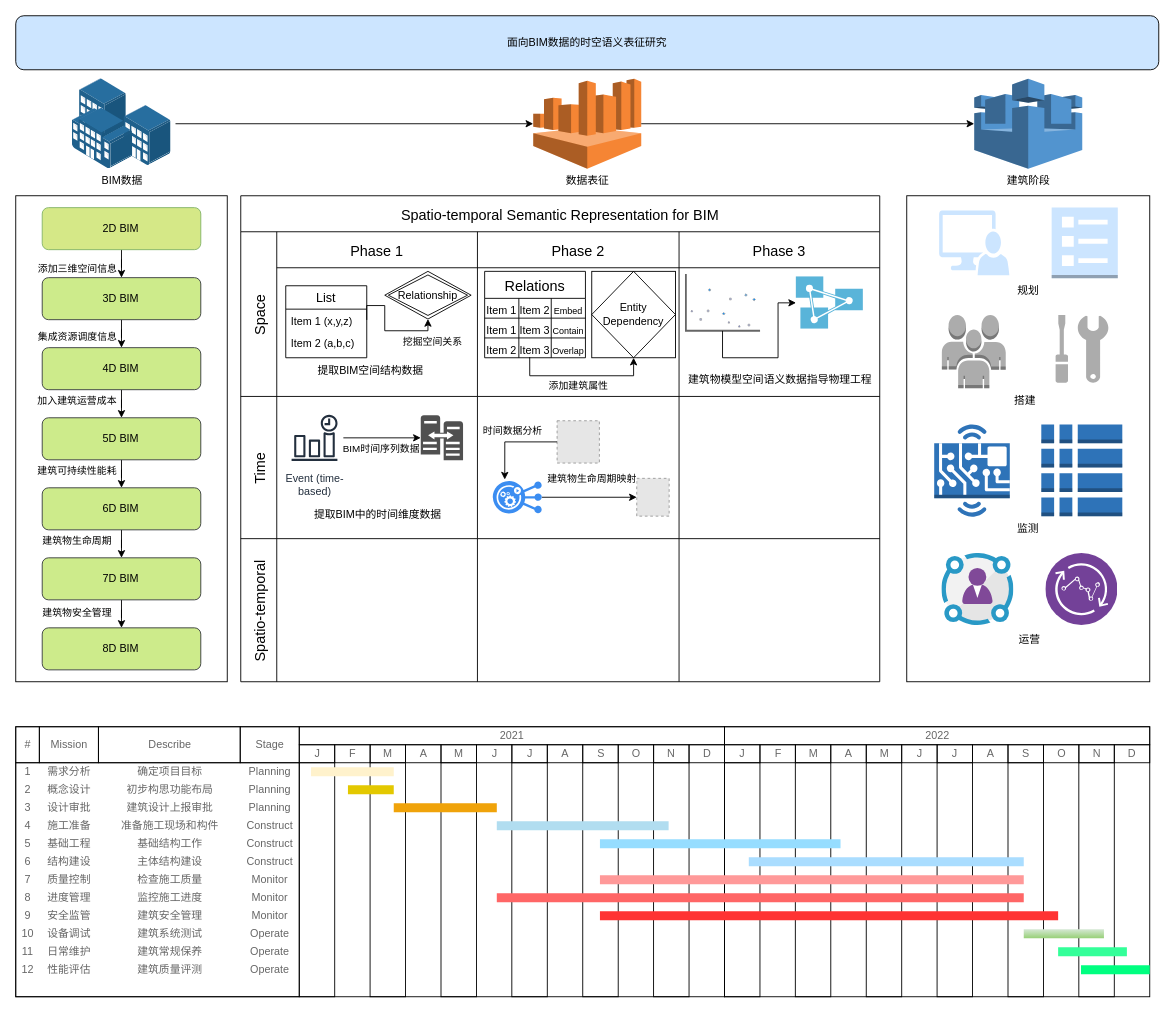
Before: 未命名绘图.drawio in Student-WangZhengTao/LLM, a draw.io diagram. Source tidied: cells renumbered, new cells numbered last; positions are measured from the earlier drawing's top-left corner, leaving out a move shared by most shapes. Both pictures are drawn from the tidied source at 90%, with x=0, y=0 at pixel (15, 15). Pictures stored in the file or linked from it are replaced by grey dashed boxes.
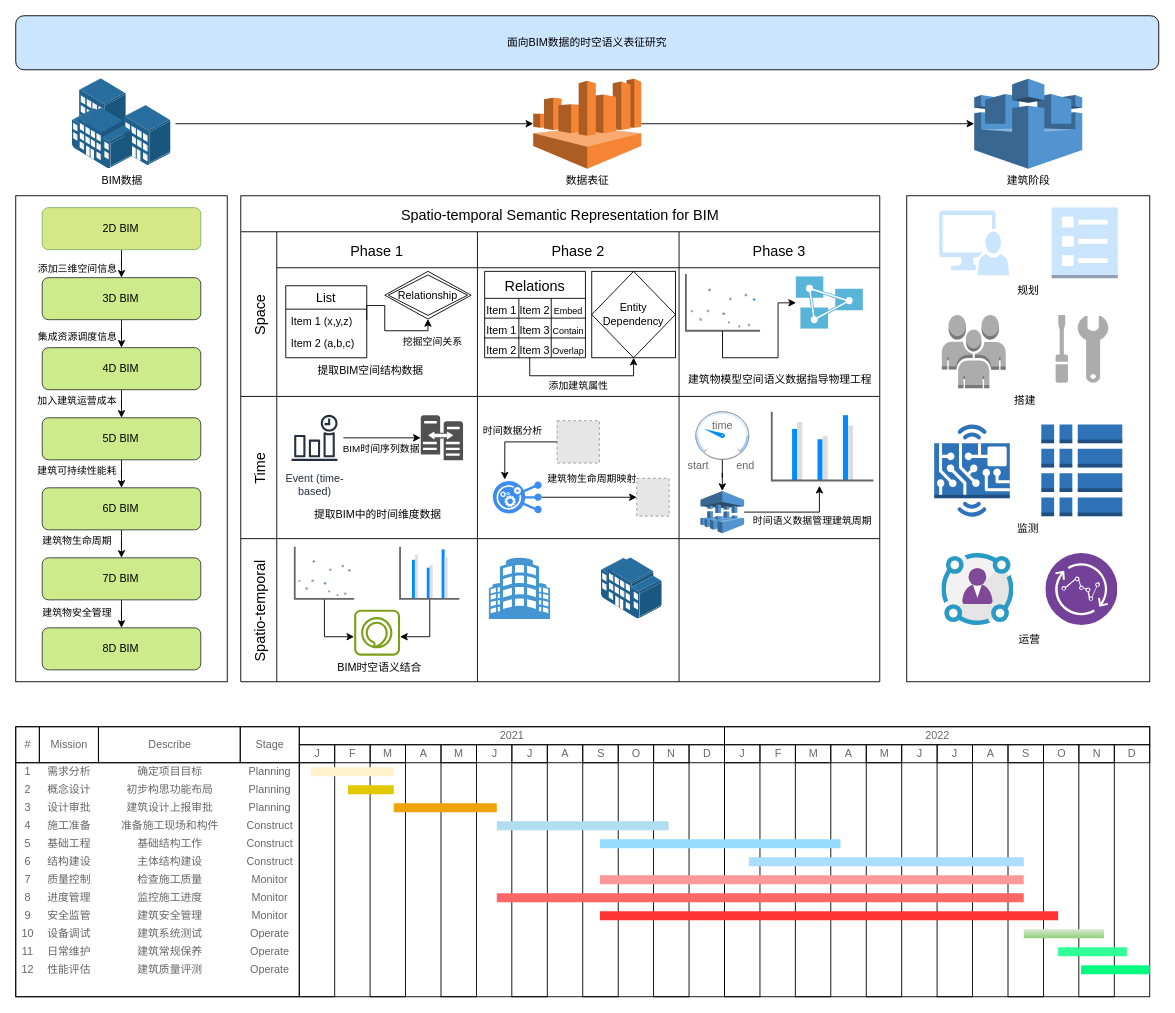
The same diagram, later.

Commit message (it also covers changes not shown here):
更新未命名绘图.drawio

Unchanged cells that the change refers to:
```xml
<mxCell id="54" style="swimlane;swimlaneHead=0;swimlaneBody=0;fontStyle=0;strokeColor=inherit;fillColor=none;startSize=0;fontSize=16;" parent="39" vertex="1">
  <mxGeometry x="487" width="223" height="158" as="geometry" />
</mxCell>
<mxCell id="56" style="swimlane;swimlaneHead=0;swimlaneBody=0;fontStyle=0;strokeColor=inherit;fillColor=none;startSize=0;fontSize=16;" parent="55" vertex="1">
  <mxGeometry x="40" width="223" height="159" as="geometry" />
</mxCell>
<mxCell id="57" style="swimlane;swimlaneHead=0;swimlaneBody=0;fontStyle=0;strokeColor=inherit;fillColor=none;startSize=0;fontSize=16;" parent="55" vertex="1">
  <mxGeometry x="263" width="224" height="159" as="geometry" />
</mxCell>
```

The edit, as a diff of the source:
```diff
@@
+    <mxCell id="201" style="verticalLabelPosition=bottom;shadow=0;dashed=0;align=center;html=1;verticalAlign=top;strokeWidth=1;shape=mxgraph.mockup.graphics.gauge;fillColor=#ffffff;strokeColor=#999999;gaugePos=25;scaleColors=#bbddff,#ddeeff,#99ccff;gaugeLabels=,,;needleColor=#008cff;" parent="54" vertex="1">
+      <mxGeometry x="18.6" y="17" width="59" height="53" as="geometry" />
+    </mxCell>
+    <mxCell id="202" value="time" style="strokeWidth=1;shadow=0;dashed=0;align=center;html=1;shape=mxgraph.mockup.graphics.anchor;fontColor=#666666;" parent="201" vertex="1">
+      <mxGeometry x="14.8" y="10.6" width="29.5" height="10.6" as="geometry" />
+    </mxCell>
+    <mxCell id="203" value="start" style="strokeWidth=1;shadow=0;dashed=0;align=center;html=1;shape=mxgraph.mockup.graphics.anchor;align=left;fontColor=#666666;" parent="54" vertex="1">
+      <mxGeometry x="7.6" y="70" width="34.5" height="13.2" as="geometry" />
+    </mxCell>
+    <mxCell id="204" value="end" style="strokeWidth=1;shadow=0;dashed=0;align=center;html=1;shape=mxgraph.mockup.graphics.anchor;align=right;fontColor=#666666;" parent="54" vertex="1">
+      <mxGeometry x="50.6" y="70" width="34.5" height="13.2" as="geometry" />
+    </mxCell>
+    <mxCell id="205" style="verticalLabelPosition=bottom;shadow=0;dashed=0;align=center;html=1;verticalAlign=top;strokeWidth=1;shape=mxgraph.mockup.graphics.columnChart;strokeColor=none;strokeColor2=none;strokeColor3=#666666;fillColor2=#008cff;fillColor3=#dddddd;" parent="54" vertex="1">
+      <mxGeometry x="103" y="17" width="113" height="76.4" as="geometry" />
+    </mxCell>
+    <mxCell id="206" style="outlineConnect=0;dashed=0;verticalLabelPosition=bottom;verticalAlign=top;align=center;html=1;shape=mxgraph.aws3.server_migration_service;fillColor=#5294CF;gradientColor=none;" parent="54" vertex="1">
+      <mxGeometry x="23.8" y="105" width="48.5" height="47" as="geometry" />
+    </mxCell>
+    <mxCell id="207" style="edgeStyle=orthogonalEdgeStyle;rounded=0;jettySize=auto;html=1;entryX=0.5;entryY=0;entryDx=0;entryDy=0;entryPerimeter=0;" parent="54" edge="1" source="201" target="206">
+      <mxGeometry relative="1" as="geometry" />
+    </mxCell>
+    <mxCell id="208" style="edgeStyle=orthogonalEdgeStyle;rounded=0;jettySize=auto;html=1;entryX=0.469;entryY=1.077;entryDx=0;entryDy=0;entryPerimeter=0;" parent="54" edge="1" source="206" target="205">
+      <mxGeometry relative="1" as="geometry" />
+    </mxCell>
+    <mxCell id="209" value="时间语义数据管理建筑周期" style="edgeLabel;html=1;align=center;verticalAlign=middle;" parent="208" vertex="1">
+      <mxGeometry x="0.05" y="-1" relative="1" as="geometry">
+        <mxPoint x="16" y="8" as="offset" />
+      </mxGeometry>
+    </mxCell>
@@
+    <mxCell id="210" style="edgeStyle=orthogonalEdgeStyle;rounded=0;jettySize=auto;html=1;" parent="56" edge="1" source="211" target="214">
+      <mxGeometry relative="1" as="geometry">
+        <Array as="points">
+          <mxPoint x="53" y="109" />
+        </Array>
+      </mxGeometry>
+    </mxCell>
+    <mxCell id="211" style="verticalLabelPosition=bottom;shadow=0;dashed=0;align=center;html=1;verticalAlign=top;strokeWidth=1;shape=mxgraph.mockup.graphics.plotChart;strokeColor=none;strokeColor2=#aaaaaa;strokeColor3=#666666;fillColor2=#99aaff,#0022ff,#008cff;" parent="56" vertex="1">
+      <mxGeometry x="20" y="9" width="66" height="58" as="geometry" />
+    </mxCell>
+    <mxCell id="212" style="edgeStyle=orthogonalEdgeStyle;rounded=0;jettySize=auto;html=1;" parent="56" edge="1" source="213" target="214">
+      <mxGeometry relative="1" as="geometry">
+        <Array as="points">
+          <mxPoint x="170" y="109" />
+        </Array>
+      </mxGeometry>
+    </mxCell>
+    <mxCell id="213" style="verticalLabelPosition=bottom;shadow=0;dashed=0;align=center;html=1;verticalAlign=top;strokeWidth=1;shape=mxgraph.mockup.graphics.columnChart;strokeColor=none;strokeColor2=none;strokeColor3=#666666;fillColor2=#008cff;fillColor3=#dddddd;" parent="56" vertex="1">
+      <mxGeometry x="137" y="9" width="66" height="58" as="geometry" />
+    </mxCell>
+    <mxCell id="214" style="sketch=0;outlineConnect=0;fontColor=#232F3E;gradientColor=none;fillColor=#7AA116;strokeColor=none;dashed=0;verticalLabelPosition=bottom;verticalAlign=top;align=center;html=1;fontSize=12;fontStyle=0;shape=mxgraph.aws4.alexa_skill;" parent="56" vertex="1">
+      <mxGeometry x="86" y="79" width="51" height="51" as="geometry" />
+    </mxCell>
+    <mxCell id="215" value="BIM时空语义结合" style="text;html=1;align=center;verticalAlign=middle;strokeColor=none;fillColor=none;" parent="56" vertex="1">
+      <mxGeometry x="54" y="129" width="120" height="30" as="geometry" />
+    </mxCell>
@@
+    <mxCell id="216" style="shadow=0;dashed=0;html=1;strokeColor=none;fillColor=#4495D1;labelPosition=center;verticalLabelPosition=bottom;verticalAlign=top;align=center;shape=mxgraph.veeam.building;" parent="57" vertex="1">
+      <mxGeometry x="12.7" y="21.3" width="68" height="68" as="geometry" />
+    </mxCell>
+    <mxCell id="217" style="image;html=1;align=center;shadow=0;dashed=0;image=img/lib/allied_telesis/buildings/Large_Building.svg;" parent="57" vertex="1">
+      <mxGeometry x="137.4" y="21.3" width="68" height="68" as="geometry" />
+    </mxCell>
```
